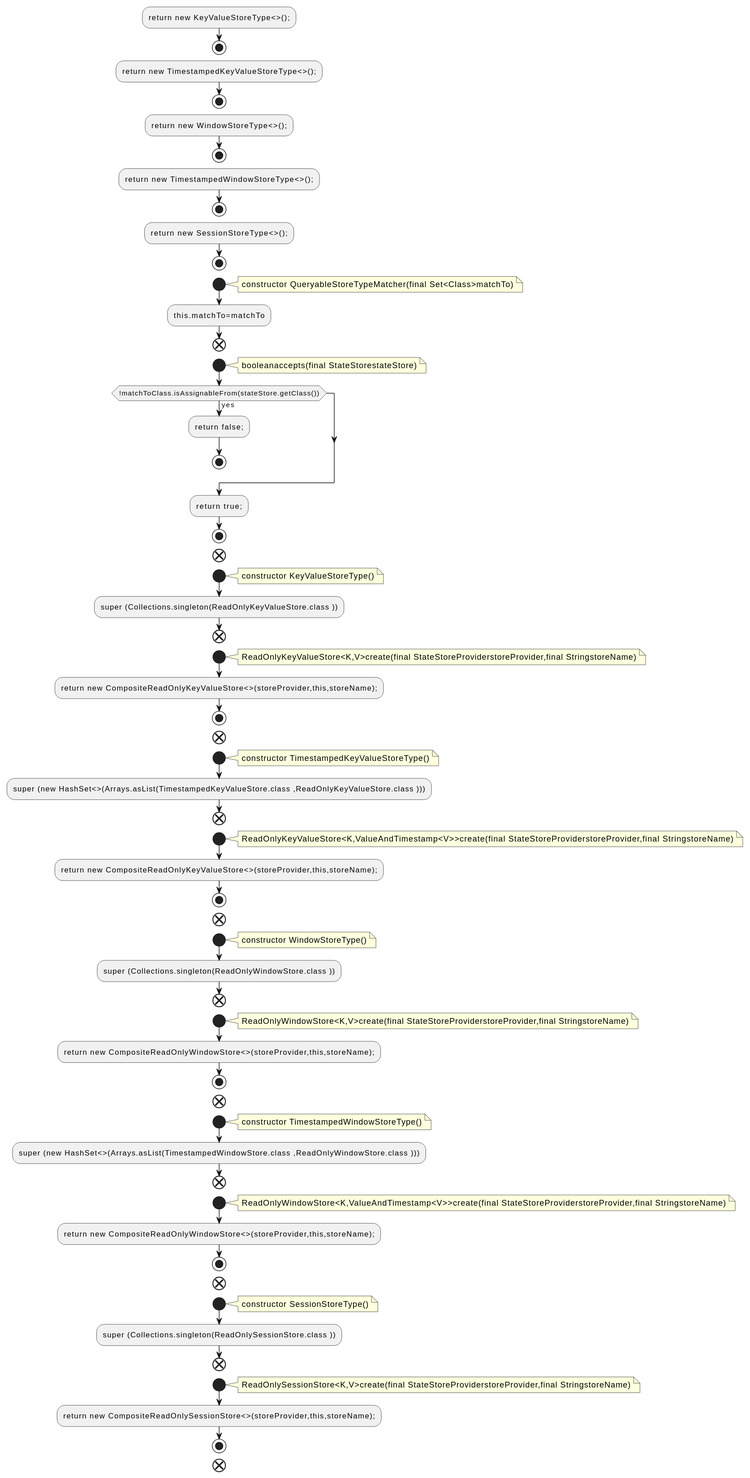
qualitesys/kafka keeps this PlantUML diagram as docs/qc/streams/src/main/java/org/apache/kafka/streams/state/QueryableStoreTypes.java.fct.svg. Above is the earlier version. The source it was exported from:
```plantuml
@startuml
!pragma layout smetana
:return new KeyValueStoreType<>();;
stop
:return new TimestampedKeyValueStoreType<>();;
stop
:return new WindowStoreType<>();;
stop
:return new TimestampedWindowStoreType<>();;
stop
:return new SessionStoreType<>();;
stop
start
note right
constructor QueryableStoreTypeMatcher(final Set<Class>matchTo)
end note
:this.matchTo=matchTo;
end
start
note right
booleanaccepts(final StateStorestateStore)
end note
if (!matchToClass.isAssignableFrom(stateStore.getClass())) then (yes)
:return false;;
stop
endif
:return true;;
stop
end
start
note right
constructor KeyValueStoreType()
end note
:super (Collections.singleton(ReadOnlyKeyValueStore.class ));
end
start
note right
ReadOnlyKeyValueStore<K,V>create(final StateStoreProviderstoreProvider,final StringstoreName)
end note
:return new CompositeReadOnlyKeyValueStore<>(storeProvider,this,storeName);;
stop
end
start
note right
constructor TimestampedKeyValueStoreType()
end note
:super (new HashSet<>(Arrays.asList(TimestampedKeyValueStore.class ,ReadOnlyKeyValueStore.class )));
end
start
note right
ReadOnlyKeyValueStore<K,ValueAndTimestamp<V>>create(final StateStoreProviderstoreProvider,final StringstoreName)
end note
:return new CompositeReadOnlyKeyValueStore<>(storeProvider,this,storeName);;
stop
end
start
note right
constructor WindowStoreType()
end note
:super (Collections.singleton(ReadOnlyWindowStore.class ));
end
start
note right
ReadOnlyWindowStore<K,V>create(final StateStoreProviderstoreProvider,final StringstoreName)
end note
:return new CompositeReadOnlyWindowStore<>(storeProvider,this,storeName);;
stop
end
start
note right
constructor TimestampedWindowStoreType()
end note
:super (new HashSet<>(Arrays.asList(TimestampedWindowStore.class ,ReadOnlyWindowStore.class )));
end
start
note right
ReadOnlyWindowStore<K,ValueAndTimestamp<V>>create(final StateStoreProviderstoreProvider,final StringstoreName)
end note
:return new CompositeReadOnlyWindowStore<>(storeProvider,this,storeName);;
stop
end
start
note right
constructor SessionStoreType()
end note
:super (Collections.singleton(ReadOnlySessionStore.class ));
end
start
note right
ReadOnlySessionStore<K,V>create(final StateStoreProviderstoreProvider,final StringstoreName)
end note
:return new CompositeReadOnlySessionStore<>(storeProvider,this,storeName);;
stop
end
@enduml
```
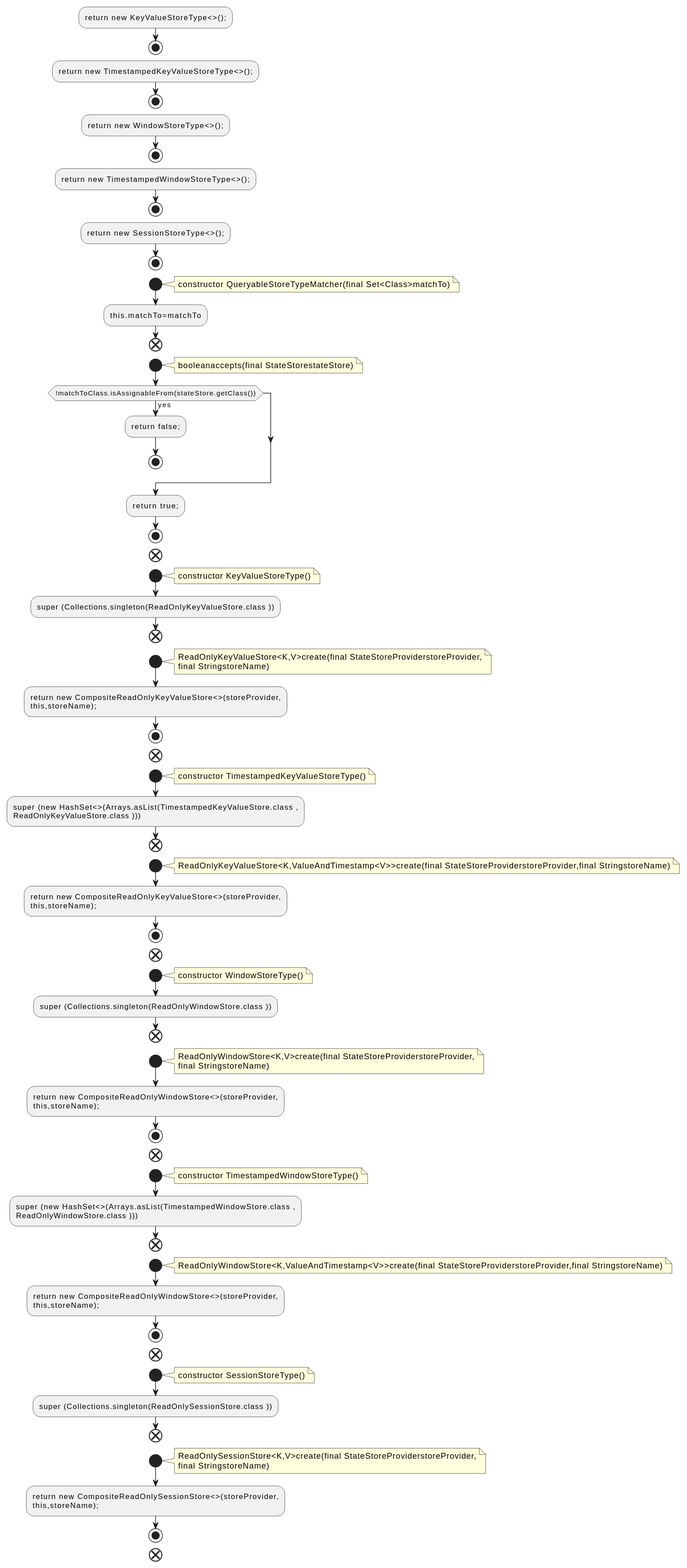
The same file after the commit.

The edit, as a diff of the source:
```diff
@@ -35,22 +35,26 @@
 end
 start
 note right
-ReadOnlyKeyValueStore<K,V>create(final StateStoreProviderstoreProvider,final StringstoreName)
+ReadOnlyKeyValueStore<K,V>create(final StateStoreProviderstoreProvider,
+final StringstoreName)
 end note
-:return new CompositeReadOnlyKeyValueStore<>(storeProvider,this,storeName);;
+:return new CompositeReadOnlyKeyValueStore<>(storeProvider,
+this,storeName);;
 stop
 end
 start
 note right
 constructor TimestampedKeyValueStoreType()
 end note
-:super (new HashSet<>(Arrays.asList(TimestampedKeyValueStore.class ,ReadOnlyKeyValueStore.class )));
+:super (new HashSet<>(Arrays.asList(TimestampedKeyValueStore.class ,
+ReadOnlyKeyValueStore.class )));
 end
 start
 note right
 ReadOnlyKeyValueStore<K,ValueAndTimestamp<V>>create(final StateStoreProviderstoreProvider,final StringstoreName)
 end note
-:return new CompositeReadOnlyKeyValueStore<>(storeProvider,this,storeName);;
+:return new CompositeReadOnlyKeyValueStore<>(storeProvider,
+this,storeName);;
 stop
 end
 start
@@ -61,22 +65,26 @@
 end
 start
 note right
-ReadOnlyWindowStore<K,V>create(final StateStoreProviderstoreProvider,final StringstoreName)
+ReadOnlyWindowStore<K,V>create(final StateStoreProviderstoreProvider,
+final StringstoreName)
 end note
-:return new CompositeReadOnlyWindowStore<>(storeProvider,this,storeName);;
+:return new CompositeReadOnlyWindowStore<>(storeProvider,
+this,storeName);;
 stop
 end
 start
 note right
 constructor TimestampedWindowStoreType()
 end note
-:super (new HashSet<>(Arrays.asList(TimestampedWindowStore.class ,ReadOnlyWindowStore.class )));
+:super (new HashSet<>(Arrays.asList(TimestampedWindowStore.class ,
+ReadOnlyWindowStore.class )));
 end
 start
 note right
 ReadOnlyWindowStore<K,ValueAndTimestamp<V>>create(final StateStoreProviderstoreProvider,final StringstoreName)
 end note
-:return new CompositeReadOnlyWindowStore<>(storeProvider,this,storeName);;
+:return new CompositeReadOnlyWindowStore<>(storeProvider,
+this,storeName);;
 stop
 end
 start
@@ -87,9 +95,11 @@
 end
 start
 note right
-ReadOnlySessionStore<K,V>create(final StateStoreProviderstoreProvider,final StringstoreName)
+ReadOnlySessionStore<K,V>create(final StateStoreProviderstoreProvider,
+final StringstoreName)
 end note
-:return new CompositeReadOnlySessionStore<>(storeProvider,this,storeName);;
+:return new CompositeReadOnlySessionStore<>(storeProvider,
+this,storeName);;
 stop
 end
 @enduml
```
